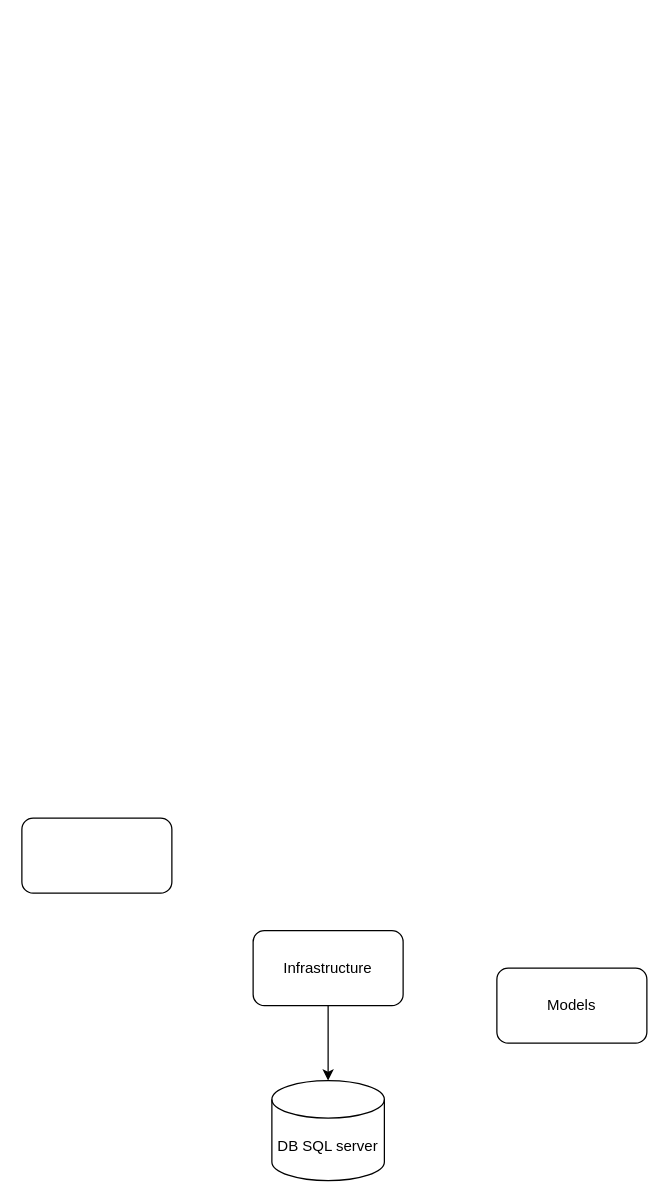
Above: Architecture.drawio in Halletan/Projet-Web (draw.io), before the change. Source tidied: cells renumbered, new cells numbered last; positions are measured from the earlier drawing's top-left corner, leaving out a move shared by most shapes. Both pictures are drawn from the tidied source at 125%, with x=0, y=0 at pixel (21, 818).
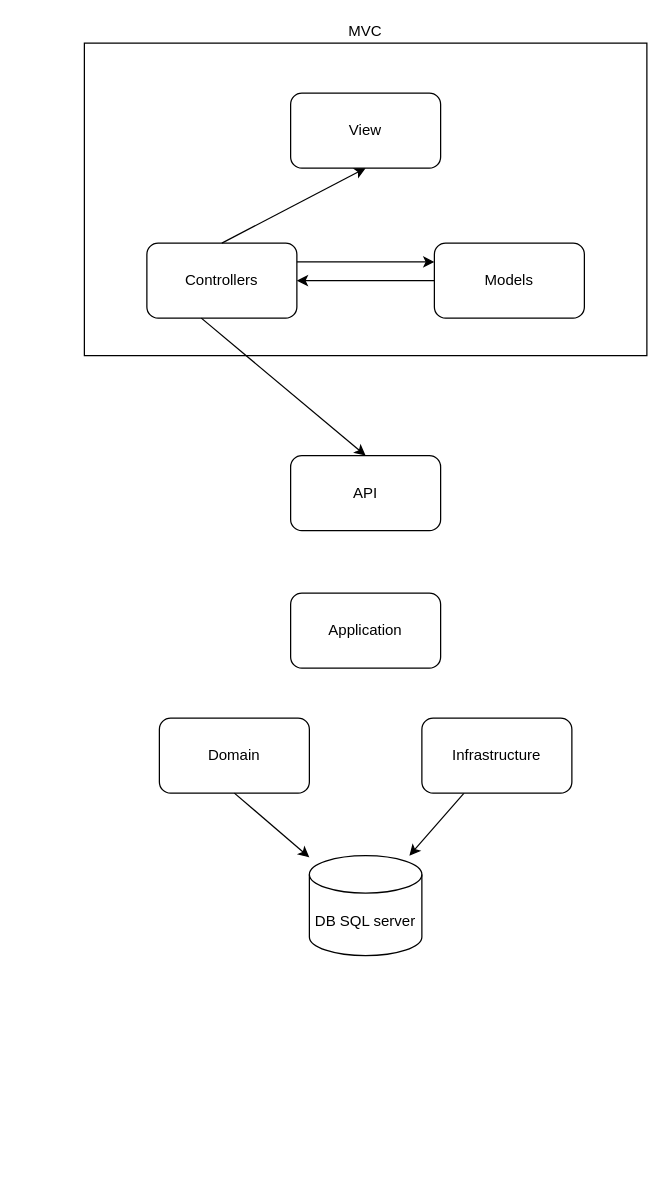
Above is the later version.

The edit, as a diff of the source:
```diff
@@
 <mxGraphModel>
   <root>
     <mxCell id="0" />
     <mxCell id="1" parent="0" />
+    <mxCell id="7" value="MVC" style="rounded=0;whiteSpace=wrap;html=1;fillColor=none;align=center;labelPosition=center;verticalLabelPosition=top;verticalAlign=bottom;" parent="1" vertex="1">
+      <mxGeometry x="50" y="-620" width="450" height="250" as="geometry" />
+    </mxCell>
     <mxCell id="2" value="DB SQL server" style="shape=cylinder3;whiteSpace=wrap;html=1;boundedLbl=1;backgroundOutline=1;size=15;" parent="1" vertex="1">
-      <mxGeometry x="200" y="210" width="90" height="80" as="geometry" />
+      <mxGeometry x="230" y="30" width="90" height="80" as="geometry" />
     </mxCell>
-    <mxCell id="3" value="Models" style="rounded=1;whiteSpace=wrap;html=1;" parent="1" vertex="1">
-      <mxGeometry x="380" y="120" width="120" height="60" as="geometry" />
+    <mxCell id="3" value="Application" style="rounded=1;whiteSpace=wrap;html=1;" parent="1" vertex="1">
+      <mxGeometry x="215" y="-180" width="120" height="60" as="geometry" />
     </mxCell>
-    <mxCell id="4" style="rounded=1;whiteSpace=wrap;html=1;" parent="1" vertex="1">
-      <mxGeometry width="120" height="60" as="geometry" />
+    <mxCell id="4" value="Domain" style="rounded=1;whiteSpace=wrap;html=1;" parent="1" vertex="1">
+      <mxGeometry x="110" y="-80" width="120" height="60" as="geometry" />
     </mxCell>
     <mxCell id="5" style="edgeStyle=none;html=1;" parent="1" edge="1" source="6" target="2">
       <mxGeometry relative="1" as="geometry" />
     </mxCell>
     <mxCell id="6" value="Infrastructure" style="rounded=1;whiteSpace=wrap;html=1;" parent="1" vertex="1">
-      <mxGeometry x="185" y="90" width="120" height="60" as="geometry" />
+      <mxGeometry x="320" y="-80" width="120" height="60" as="geometry" />
     </mxCell>
+    <mxCell id="8" value="API" style="rounded=1;whiteSpace=wrap;html=1;" parent="1" vertex="1">
+      <mxGeometry x="215" y="-290" width="120" height="60" as="geometry" />
+    </mxCell>
+    <mxCell id="9" value="View" style="rounded=1;whiteSpace=wrap;html=1;" parent="1" vertex="1">
+      <mxGeometry x="215" y="-580" width="120" height="60" as="geometry" />
+    </mxCell>
+    <mxCell id="10" value="Models" style="rounded=1;whiteSpace=wrap;html=1;" parent="1" vertex="1">
+      <mxGeometry x="330" y="-460" width="120" height="60" as="geometry" />
+    </mxCell>
+    <mxCell id="11" value="Controllers" style="rounded=1;whiteSpace=wrap;html=1;" parent="1" vertex="1">
+      <mxGeometry x="100" y="-460" width="120" height="60" as="geometry" />
+    </mxCell>
+    <mxCell id="12" style="endArrow=classic;html=1;exitX=0.363;exitY=1;exitDx=0;exitDy=0;exitPerimeter=0;entryX=0.5;entryY=0;entryDx=0;entryDy=0;" parent="1" edge="1" source="11" target="8">
+      <mxGeometry relative="1" as="geometry" />
+    </mxCell>
+    <mxCell id="13" style="endArrow=classic;html=1;exitX=0;exitY=0.5;exitDx=0;exitDy=0;entryX=1;entryY=0.5;entryDx=0;entryDy=0;" parent="1" edge="1" source="10" target="11">
+      <mxGeometry relative="1" as="geometry" />
+    </mxCell>
+    <mxCell id="14" style="endArrow=classic;html=1;exitX=0.5;exitY=0;exitDx=0;exitDy=0;entryX=0.5;entryY=1;entryDx=0;entryDy=0;" parent="1" edge="1" source="11" target="9">
+      <mxGeometry relative="1" as="geometry" />
+    </mxCell>
+    <mxCell id="15" style="endArrow=classic;html=1;exitX=1;exitY=0.25;exitDx=0;exitDy=0;entryX=0;entryY=0.25;entryDx=0;entryDy=0;" parent="1" edge="1" source="11" target="10">
+      <mxGeometry relative="1" as="geometry" />
+    </mxCell>
+    <mxCell id="16" style="endArrow=classic;html=1;exitX=0.5;exitY=1;exitDx=0;exitDy=0;" parent="1" edge="1" source="4" target="2">
+      <mxGeometry relative="1" as="geometry" />
+    </mxCell>
   </root>
 </mxGraphModel>
```
